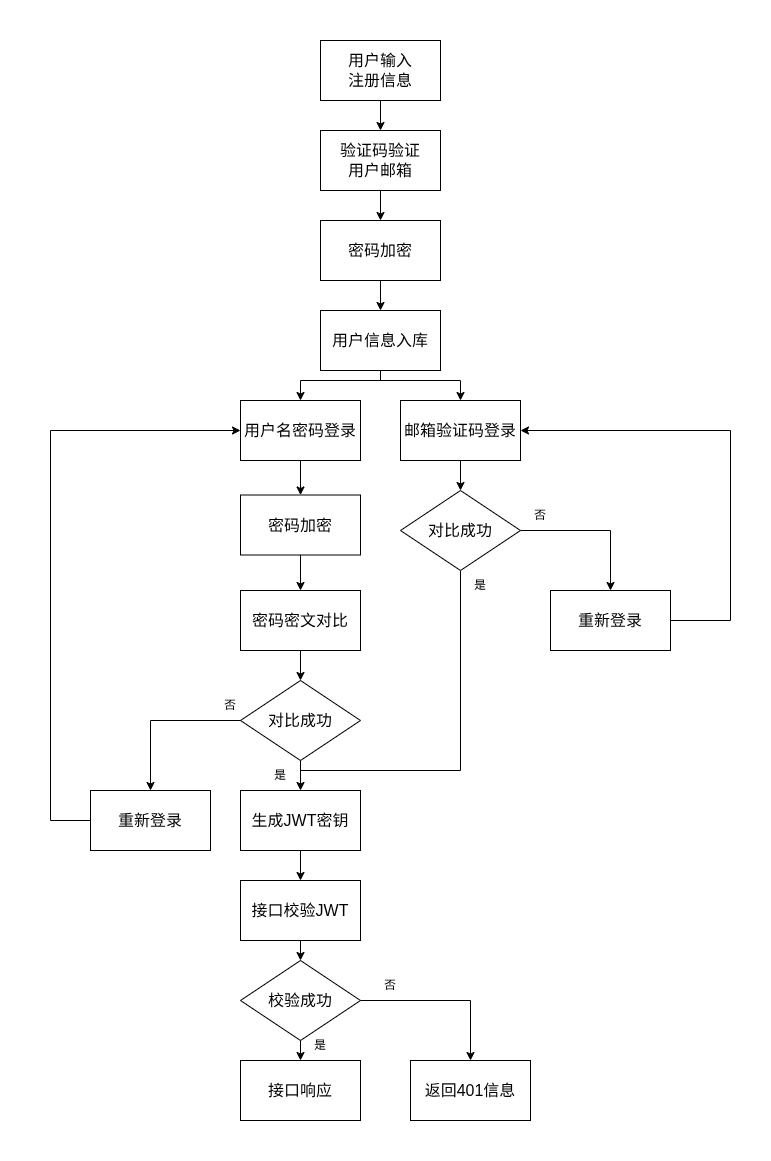
Above: static/pic/flowchart/login.drawio.png in hongch666/mix-web-demo (draw.io), before the change. Source tidied: cells renumbered, new cells last; positions are measured from the earlier drawing's top-left corner, leaving out a move shared by most shapes.
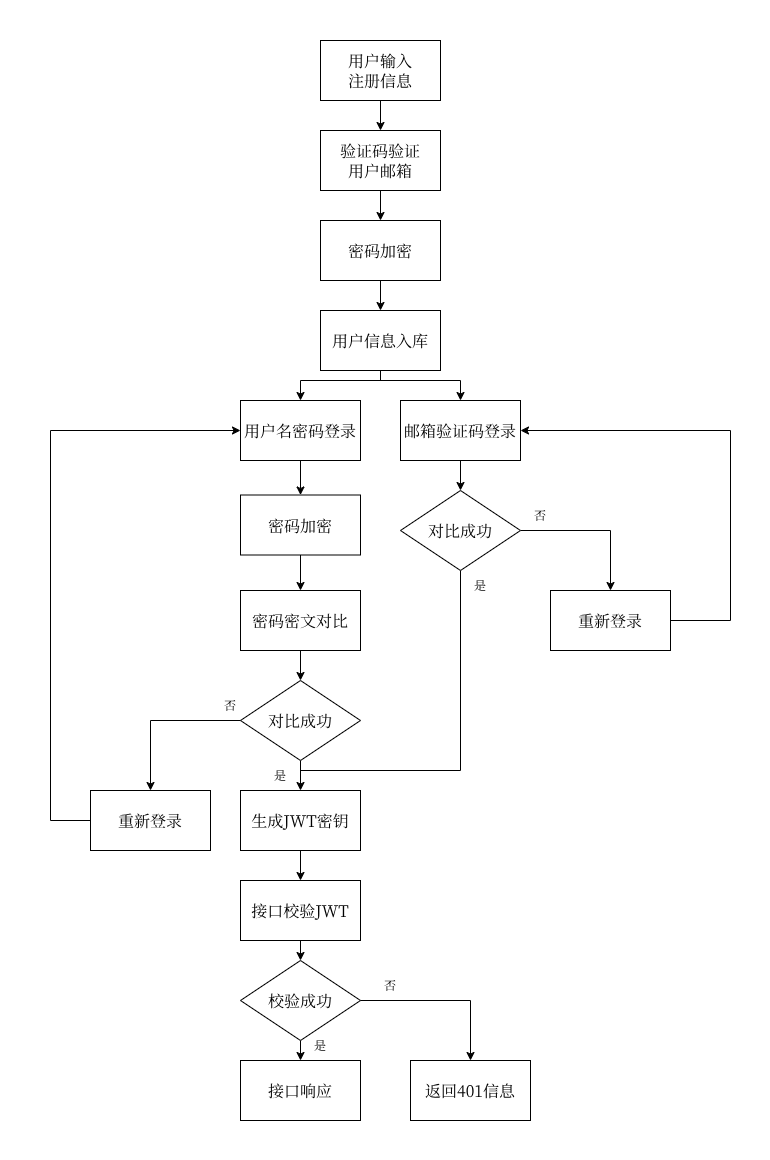
Above is the later version.

Change to the diagram source:
```diff
@@ -4,78 +4,78 @@
     <mxCell id="1" parent="0" />
-    <mxCell id="2" style="edgeStyle=none;html=1;exitX=0.5;exitY=1;exitDx=0;exitDy=0;entryX=0.5;entryY=0;entryDx=0;entryDy=0;fontSize=16;" parent="1" edge="1" source="3" target="12">
+    <mxCell id="2" style="edgeStyle=none;html=1;exitX=0.5;exitY=1;exitDx=0;exitDy=0;entryX=0.5;entryY=0;entryDx=0;entryDy=0;fontSize=16;fontFamily=宋体;" parent="1" edge="1" source="3" target="12">
       <mxGeometry relative="1" as="geometry" />
     </mxCell>
-    <mxCell id="3" value="用户输入&lt;br&gt;注册信息" style="rounded=0;whiteSpace=wrap;html=1;fontSize=16;" parent="1" vertex="1">
+    <mxCell id="3" value="用户输入&lt;br&gt;注册信息" style="rounded=0;whiteSpace=wrap;html=1;fontSize=16;fontFamily=宋体;" parent="1" vertex="1">
       <mxGeometry x="320" y="40" width="120" height="60" as="geometry" />
     </mxCell>
-    <mxCell id="4" style="edgeStyle=none;html=1;exitX=0.5;exitY=1;exitDx=0;exitDy=0;entryX=0.5;entryY=0;entryDx=0;entryDy=0;fontSize=16;" parent="1" edge="1" source="5" target="6">
+    <mxCell id="4" style="edgeStyle=none;html=1;exitX=0.5;exitY=1;exitDx=0;exitDy=0;entryX=0.5;entryY=0;entryDx=0;entryDy=0;fontSize=16;fontFamily=宋体;" parent="1" edge="1" source="5" target="6">
       <mxGeometry relative="1" as="geometry" />
     </mxCell>
-    <mxCell id="5" value="密码加密" style="rounded=0;whiteSpace=wrap;html=1;fontSize=16;" parent="1" vertex="1">
+    <mxCell id="5" value="密码加密" style="rounded=0;whiteSpace=wrap;html=1;fontSize=16;fontFamily=宋体;" parent="1" vertex="1">
       <mxGeometry x="320" y="220" width="120" height="60" as="geometry" />
     </mxCell>
-    <mxCell id="6" value="用户信息入库" style="rounded=0;whiteSpace=wrap;html=1;fontSize=16;" parent="1" vertex="1">
+    <mxCell id="6" value="用户信息入库" style="rounded=0;whiteSpace=wrap;html=1;fontSize=16;fontFamily=宋体;" parent="1" vertex="1">
       <mxGeometry x="320" y="310" width="120" height="60" as="geometry" />
     </mxCell>
-    <mxCell id="7" style="edgeStyle=none;html=1;exitX=0.5;exitY=1;exitDx=0;exitDy=0;entryX=0.5;entryY=0;entryDx=0;entryDy=0;fontSize=16;" parent="1" edge="1" source="8" target="14">
+    <mxCell id="7" style="edgeStyle=none;html=1;exitX=0.5;exitY=1;exitDx=0;exitDy=0;entryX=0.5;entryY=0;entryDx=0;entryDy=0;fontSize=16;fontFamily=宋体;" parent="1" edge="1" source="8" target="14">
       <mxGeometry relative="1" as="geometry" />
     </mxCell>
-    <mxCell id="8" value="用户名密码登录" style="rounded=0;whiteSpace=wrap;html=1;fontSize=16;" parent="1" vertex="1">
+    <mxCell id="8" value="用户名密码登录" style="rounded=0;whiteSpace=wrap;html=1;fontSize=16;fontFamily=宋体;" parent="1" vertex="1">
       <mxGeometry x="240" y="400" width="120" height="60" as="geometry" />
     </mxCell>
-    <mxCell id="9" style="edgeStyle=none;html=1;exitX=0.5;exitY=1;exitDx=0;exitDy=0;entryX=0.5;entryY=0;entryDx=0;entryDy=0;fontSize=16;" parent="1" edge="1" source="10" target="43">
+    <mxCell id="9" style="edgeStyle=none;html=1;exitX=0.5;exitY=1;exitDx=0;exitDy=0;entryX=0.5;entryY=0;entryDx=0;entryDy=0;fontSize=16;fontFamily=宋体;" parent="1" edge="1" source="10" target="43">
       <mxGeometry relative="1" as="geometry" />
     </mxCell>
-    <mxCell id="10" value="邮箱验证码登录" style="rounded=0;whiteSpace=wrap;html=1;fontSize=16;" parent="1" vertex="1">
+    <mxCell id="10" value="邮箱验证码登录" style="rounded=0;whiteSpace=wrap;html=1;fontSize=16;fontFamily=宋体;" parent="1" vertex="1">
       <mxGeometry x="400" y="400" width="120" height="60" as="geometry" />
     </mxCell>
-    <mxCell id="11" style="edgeStyle=none;html=1;exitX=0.5;exitY=1;exitDx=0;exitDy=0;entryX=0.5;entryY=0;entryDx=0;entryDy=0;fontSize=16;" parent="1" edge="1" source="12" target="5">
+    <mxCell id="11" style="edgeStyle=none;html=1;exitX=0.5;exitY=1;exitDx=0;exitDy=0;entryX=0.5;entryY=0;entryDx=0;entryDy=0;fontSize=16;fontFamily=宋体;" parent="1" edge="1" source="12" target="5">
       <mxGeometry relative="1" as="geometry" />
     </mxCell>
-    <mxCell id="12" value="验证码验证&lt;br&gt;用户邮箱" style="rounded=0;whiteSpace=wrap;html=1;fontSize=16;" parent="1" vertex="1">
+    <mxCell id="12" value="验证码验证&lt;br&gt;用户邮箱" style="rounded=0;whiteSpace=wrap;html=1;fontSize=16;fontFamily=宋体;" parent="1" vertex="1">
       <mxGeometry x="320" y="130" width="120" height="60" as="geometry" />
     </mxCell>
-    <mxCell id="13" style="edgeStyle=none;html=1;exitX=0.5;exitY=1;exitDx=0;exitDy=0;entryX=0.5;entryY=0;entryDx=0;entryDy=0;fontSize=16;" parent="1" edge="1" source="14" target="16">
+    <mxCell id="13" style="edgeStyle=none;html=1;exitX=0.5;exitY=1;exitDx=0;exitDy=0;entryX=0.5;entryY=0;entryDx=0;entryDy=0;fontSize=16;fontFamily=宋体;" parent="1" edge="1" source="14" target="16">
       <mxGeometry relative="1" as="geometry" />
     </mxCell>
-    <mxCell id="14" value="密码加密" style="rounded=0;whiteSpace=wrap;html=1;fontSize=16;" parent="1" vertex="1">
+    <mxCell id="14" value="密码加密" style="rounded=0;whiteSpace=wrap;html=1;fontSize=16;fontFamily=宋体;" parent="1" vertex="1">
       <mxGeometry x="240" y="494.5" width="120" height="60" as="geometry" />
     </mxCell>
-    <mxCell id="15" style="edgeStyle=none;html=1;exitX=0.5;exitY=1;exitDx=0;exitDy=0;entryX=0.5;entryY=0;entryDx=0;entryDy=0;fontSize=16;" parent="1" edge="1" source="16" target="18">
+    <mxCell id="15" style="edgeStyle=none;html=1;exitX=0.5;exitY=1;exitDx=0;exitDy=0;entryX=0.5;entryY=0;entryDx=0;entryDy=0;fontSize=16;fontFamily=宋体;" parent="1" edge="1" source="16" target="18">
       <mxGeometry relative="1" as="geometry" />
     </mxCell>
-    <mxCell id="16" value="密码密文对比" style="rounded=0;whiteSpace=wrap;html=1;fontSize=16;" parent="1" vertex="1">
+    <mxCell id="16" value="密码密文对比" style="rounded=0;whiteSpace=wrap;html=1;fontSize=16;fontFamily=宋体;" parent="1" vertex="1">
       <mxGeometry x="240" y="590" width="120" height="60" as="geometry" />
     </mxCell>
-    <mxCell id="17" style="edgeStyle=none;html=1;exitX=0.5;exitY=1;exitDx=0;exitDy=0;entryX=0.5;entryY=0;entryDx=0;entryDy=0;fontSize=16;" parent="1" edge="1" source="18" target="20">
+    <mxCell id="17" style="edgeStyle=none;html=1;exitX=0.5;exitY=1;exitDx=0;exitDy=0;entryX=0.5;entryY=0;entryDx=0;entryDy=0;fontSize=16;fontFamily=宋体;" parent="1" edge="1" source="18" target="20">
       <mxGeometry relative="1" as="geometry" />
     </mxCell>
-    <mxCell id="18" value="对比成功" style="rhombus;whiteSpace=wrap;html=1;fontSize=16;" parent="1" vertex="1">
+    <mxCell id="18" value="对比成功" style="rhombus;whiteSpace=wrap;html=1;fontSize=16;fontFamily=宋体;" parent="1" vertex="1">
       <mxGeometry x="240" y="680" width="120" height="80" as="geometry" />
     </mxCell>
-    <mxCell id="19" style="edgeStyle=none;html=1;exitX=0.5;exitY=1;exitDx=0;exitDy=0;entryX=0.5;entryY=0;entryDx=0;entryDy=0;fontSize=16;" parent="1" edge="1" source="20" target="22">
+    <mxCell id="19" style="edgeStyle=none;html=1;exitX=0.5;exitY=1;exitDx=0;exitDy=0;entryX=0.5;entryY=0;entryDx=0;entryDy=0;fontSize=16;fontFamily=宋体;" parent="1" edge="1" source="20" target="22">
       <mxGeometry relative="1" as="geometry" />
     </mxCell>
-    <mxCell id="20" value="生成JWT密钥" style="rounded=0;whiteSpace=wrap;html=1;fontSize=16;" parent="1" vertex="1">
+    <mxCell id="20" value="生成JWT密钥" style="rounded=0;whiteSpace=wrap;html=1;fontSize=16;fontFamily=宋体;" parent="1" vertex="1">
       <mxGeometry x="240" y="790" width="120" height="60" as="geometry" />
     </mxCell>
-    <mxCell id="21" style="edgeStyle=none;html=1;exitX=0.5;exitY=1;exitDx=0;exitDy=0;entryX=0.5;entryY=0;entryDx=0;entryDy=0;fontSize=16;" parent="1" edge="1" source="22" target="24">
+    <mxCell id="21" style="edgeStyle=none;html=1;exitX=0.5;exitY=1;exitDx=0;exitDy=0;entryX=0.5;entryY=0;entryDx=0;entryDy=0;fontSize=16;fontFamily=宋体;" parent="1" edge="1" source="22" target="24">
       <mxGeometry relative="1" as="geometry" />
     </mxCell>
-    <mxCell id="22" value="接口校验JWT" style="rounded=0;whiteSpace=wrap;html=1;fontSize=16;" parent="1" vertex="1">
+    <mxCell id="22" value="接口校验JWT" style="rounded=0;whiteSpace=wrap;html=1;fontSize=16;fontFamily=宋体;" parent="1" vertex="1">
       <mxGeometry x="240" y="880" width="120" height="60" as="geometry" />
     </mxCell>
-    <mxCell id="23" style="edgeStyle=none;html=1;exitX=0.5;exitY=1;exitDx=0;exitDy=0;entryX=0.5;entryY=0;entryDx=0;entryDy=0;fontSize=16;" parent="1" edge="1" source="24" target="25">
+    <mxCell id="23" style="edgeStyle=none;html=1;exitX=0.5;exitY=1;exitDx=0;exitDy=0;entryX=0.5;entryY=0;entryDx=0;entryDy=0;fontSize=16;fontFamily=宋体;" parent="1" edge="1" source="24" target="25">
       <mxGeometry relative="1" as="geometry" />
     </mxCell>
-    <mxCell id="24" value="校验成功" style="rhombus;whiteSpace=wrap;html=1;fontSize=16;" parent="1" vertex="1">
+    <mxCell id="24" value="校验成功" style="rhombus;whiteSpace=wrap;html=1;fontSize=16;fontFamily=宋体;" parent="1" vertex="1">
       <mxGeometry x="240" y="960" width="120" height="80" as="geometry" />
     </mxCell>
-    <mxCell id="25" value="接口响应" style="rounded=0;whiteSpace=wrap;html=1;fontSize=16;" parent="1" vertex="1">
+    <mxCell id="25" value="接口响应" style="rounded=0;whiteSpace=wrap;html=1;fontSize=16;fontFamily=宋体;" parent="1" vertex="1">
       <mxGeometry x="240" y="1060" width="120" height="60" as="geometry" />
     </mxCell>
-    <mxCell id="26" value="返回401信息" style="rounded=0;whiteSpace=wrap;html=1;fontSize=16;" parent="1" vertex="1">
+    <mxCell id="26" value="返回401信息" style="rounded=0;whiteSpace=wrap;html=1;fontSize=16;fontFamily=宋体;" parent="1" vertex="1">
       <mxGeometry x="410" y="1060" width="120" height="60" as="geometry" />
     </mxCell>
-    <mxCell id="27" style="endArrow=none;html=1;fontSize=16;" parent="1" edge="1">
+    <mxCell id="27" style="endArrow=none;html=1;fontSize=16;fontFamily=宋体;" parent="1" edge="1">
       <mxGeometry relative="1" as="geometry">
@@ -85,3 +85,3 @@
     </mxCell>
-    <mxCell id="28" style="endArrow=none;html=1;fontSize=16;" parent="1" edge="1">
+    <mxCell id="28" style="endArrow=none;html=1;fontSize=16;fontFamily=宋体;" parent="1" edge="1">
       <mxGeometry relative="1" as="geometry">
@@ -91,3 +91,3 @@
     </mxCell>
-    <mxCell id="29" style="endArrow=classic;html=1;fontSize=16;entryX=0.5;entryY=0;entryDx=0;entryDy=0;" parent="1" edge="1" target="8">
+    <mxCell id="29" style="endArrow=classic;html=1;fontSize=16;entryX=0.5;entryY=0;entryDx=0;entryDy=0;fontFamily=宋体;" parent="1" edge="1" target="8">
       <mxGeometry relative="1" as="geometry">
@@ -96,3 +96,3 @@
     </mxCell>
-    <mxCell id="30" style="endArrow=classic;html=1;fontSize=16;entryX=0.5;entryY=0;entryDx=0;entryDy=0;" parent="1" edge="1" target="10">
+    <mxCell id="30" style="endArrow=classic;html=1;fontSize=16;entryX=0.5;entryY=0;entryDx=0;entryDy=0;fontFamily=宋体;" parent="1" edge="1" target="10">
       <mxGeometry relative="1" as="geometry">
@@ -101,3 +101,3 @@
     </mxCell>
-    <mxCell id="31" style="endArrow=none;html=1;fontSize=16;" parent="1" edge="1">
+    <mxCell id="31" style="endArrow=none;html=1;fontSize=16;fontFamily=宋体;" parent="1" edge="1">
       <mxGeometry relative="1" as="geometry">
@@ -107,3 +107,3 @@
     </mxCell>
-    <mxCell id="32" style="endArrow=classic;html=1;fontSize=16;entryX=0.5;entryY=0;entryDx=0;entryDy=0;" parent="1" edge="1" target="26">
+    <mxCell id="32" style="endArrow=classic;html=1;fontSize=16;entryX=0.5;entryY=0;entryDx=0;entryDy=0;fontFamily=宋体;" parent="1" edge="1" target="26">
       <mxGeometry relative="1" as="geometry">
@@ -112,3 +112,3 @@
     </mxCell>
-    <mxCell id="33" style="endArrow=none;html=1;fontSize=16;entryX=0.5;entryY=1;entryDx=0;entryDy=0;" parent="1" edge="1">
+    <mxCell id="33" style="endArrow=none;html=1;fontSize=16;entryX=0.5;entryY=1;entryDx=0;entryDy=0;fontFamily=宋体;" parent="1" edge="1">
       <mxGeometry relative="1" as="geometry">
@@ -118,3 +118,3 @@
     </mxCell>
-    <mxCell id="34" style="endArrow=none;html=1;fontSize=16;" parent="1" edge="1">
+    <mxCell id="34" style="endArrow=none;html=1;fontSize=16;fontFamily=宋体;" parent="1" edge="1">
       <mxGeometry relative="1" as="geometry">
@@ -124,6 +124,6 @@
     </mxCell>
-    <mxCell id="35" value="重新登录" style="rounded=0;whiteSpace=wrap;html=1;fontSize=16;" parent="1" vertex="1">
+    <mxCell id="35" value="重新登录" style="rounded=0;whiteSpace=wrap;html=1;fontSize=16;fontFamily=宋体;" parent="1" vertex="1">
       <mxGeometry x="90" y="790" width="120" height="60" as="geometry" />
     </mxCell>
-    <mxCell id="36" style="endArrow=none;html=1;fontSize=16;" parent="1" edge="1">
+    <mxCell id="36" style="endArrow=none;html=1;fontSize=16;fontFamily=宋体;" parent="1" edge="1">
       <mxGeometry relative="1" as="geometry">
@@ -133,3 +133,3 @@
     </mxCell>
-    <mxCell id="37" style="endArrow=classic;html=1;fontSize=16;" parent="1" edge="1" target="35">
+    <mxCell id="37" style="endArrow=classic;html=1;fontSize=16;fontFamily=宋体;" parent="1" edge="1" target="35">
       <mxGeometry relative="1" as="geometry">
@@ -138,3 +138,3 @@
     </mxCell>
-    <mxCell id="38" style="endArrow=none;html=1;fontSize=16;" parent="1" edge="1">
+    <mxCell id="38" style="endArrow=none;html=1;fontSize=16;fontFamily=宋体;" parent="1" edge="1">
       <mxGeometry relative="1" as="geometry">
@@ -144,3 +144,3 @@
     </mxCell>
-    <mxCell id="39" style="endArrow=none;html=1;fontSize=16;" parent="1" edge="1">
+    <mxCell id="39" style="endArrow=none;html=1;fontSize=16;fontFamily=宋体;" parent="1" edge="1">
       <mxGeometry relative="1" as="geometry">
@@ -150,3 +150,3 @@
     </mxCell>
-    <mxCell id="40" style="endArrow=classic;html=1;fontSize=16;entryX=0;entryY=0.5;entryDx=0;entryDy=0;" parent="1" edge="1" target="8">
+    <mxCell id="40" style="endArrow=classic;html=1;fontSize=16;entryX=0;entryY=0.5;entryDx=0;entryDy=0;fontFamily=宋体;" parent="1" edge="1" target="8">
       <mxGeometry relative="1" as="geometry">
@@ -155,6 +155,6 @@
     </mxCell>
-    <mxCell id="41" value="重新登录" style="rounded=0;whiteSpace=wrap;html=1;fontSize=16;" parent="1" vertex="1">
+    <mxCell id="41" value="重新登录" style="rounded=0;whiteSpace=wrap;html=1;fontSize=16;fontFamily=宋体;" parent="1" vertex="1">
       <mxGeometry x="550" y="590" width="120" height="60" as="geometry" />
     </mxCell>
-    <mxCell id="42" style="endArrow=none;html=1;fontSize=16;" parent="1" edge="1">
+    <mxCell id="42" style="endArrow=none;html=1;fontSize=16;fontFamily=宋体;" parent="1" edge="1">
       <mxGeometry relative="1" as="geometry">
@@ -164,6 +164,6 @@
     </mxCell>
-    <mxCell id="43" value="对比成功" style="rhombus;whiteSpace=wrap;html=1;fontSize=16;" parent="1" vertex="1">
+    <mxCell id="43" value="对比成功" style="rhombus;whiteSpace=wrap;html=1;fontSize=16;fontFamily=宋体;" parent="1" vertex="1">
       <mxGeometry x="400" y="490" width="120" height="80" as="geometry" />
     </mxCell>
-    <mxCell id="44" style="endArrow=classic;html=1;fontSize=16;entryX=0.5;entryY=0;entryDx=0;entryDy=0;" parent="1" edge="1" target="41">
+    <mxCell id="44" style="endArrow=classic;html=1;fontSize=16;entryX=0.5;entryY=0;entryDx=0;entryDy=0;fontFamily=宋体;" parent="1" edge="1" target="41">
       <mxGeometry relative="1" as="geometry">
@@ -172,3 +172,3 @@
     </mxCell>
-    <mxCell id="45" style="endArrow=none;html=1;fontSize=16;" parent="1" edge="1">
+    <mxCell id="45" style="endArrow=none;html=1;fontSize=16;fontFamily=宋体;" parent="1" edge="1">
       <mxGeometry relative="1" as="geometry">
@@ -178,3 +178,3 @@
     </mxCell>
-    <mxCell id="46" style="endArrow=none;html=1;fontSize=16;" parent="1" edge="1">
+    <mxCell id="46" style="endArrow=none;html=1;fontSize=16;fontFamily=宋体;" parent="1" edge="1">
       <mxGeometry relative="1" as="geometry">
@@ -184,3 +184,3 @@
     </mxCell>
-    <mxCell id="47" style="endArrow=classic;html=1;fontSize=16;entryX=1;entryY=0.5;entryDx=0;entryDy=0;" parent="1" edge="1" target="10">
+    <mxCell id="47" style="endArrow=classic;html=1;fontSize=16;entryX=1;entryY=0.5;entryDx=0;entryDy=0;fontFamily=宋体;" parent="1" edge="1" target="10">
       <mxGeometry relative="1" as="geometry">
@@ -189,30 +189,30 @@
     </mxCell>
-    <mxCell id="48" style="rounded=0;whiteSpace=wrap;html=1;textOpacity=0;labelBorderColor=light-dark(#000000,#FFFFFF);fontColor=none;noLabel=1;strokeColor=none;" parent="1" vertex="1">
+    <mxCell id="48" style="rounded=0;whiteSpace=wrap;html=1;textOpacity=0;labelBorderColor=light-dark(#000000,#FFFFFF);fontColor=none;noLabel=1;strokeColor=none;fontFamily=宋体;" parent="1" vertex="1">
       <mxGeometry x="375" width="10" height="30" as="geometry" />
     </mxCell>
-    <mxCell id="49" style="rounded=0;whiteSpace=wrap;html=1;textOpacity=0;labelBorderColor=light-dark(#000000,#FFFFFF);fontColor=none;noLabel=1;strokeColor=none;" parent="1" vertex="1">
+    <mxCell id="49" style="rounded=0;whiteSpace=wrap;html=1;textOpacity=0;labelBorderColor=light-dark(#000000,#FFFFFF);fontColor=none;noLabel=1;strokeColor=none;fontFamily=宋体;" parent="1" vertex="1">
       <mxGeometry x="760" y="490" width="10" height="30" as="geometry" />
     </mxCell>
-    <mxCell id="50" style="rounded=0;whiteSpace=wrap;html=1;textOpacity=0;labelBorderColor=light-dark(#000000,#FFFFFF);fontColor=none;noLabel=1;strokeColor=none;" parent="1" vertex="1">
+    <mxCell id="50" style="rounded=0;whiteSpace=wrap;html=1;textOpacity=0;labelBorderColor=light-dark(#000000,#FFFFFF);fontColor=none;noLabel=1;strokeColor=none;fontFamily=宋体;" parent="1" vertex="1">
       <mxGeometry x="330" y="1130" width="10" height="30" as="geometry" />
     </mxCell>
-    <mxCell id="51" style="rounded=0;whiteSpace=wrap;html=1;textOpacity=0;labelBorderColor=light-dark(#000000,#FFFFFF);fontColor=none;noLabel=1;strokeColor=none;" parent="1" vertex="1">
+    <mxCell id="51" style="rounded=0;whiteSpace=wrap;html=1;textOpacity=0;labelBorderColor=light-dark(#000000,#FFFFFF);fontColor=none;noLabel=1;strokeColor=none;fontFamily=宋体;" parent="1" vertex="1">
       <mxGeometry y="605" width="10" height="30" as="geometry" />
     </mxCell>
-    <mxCell id="52" value="是" style="text;html=1;strokeColor=none;fillColor=none;align=center;verticalAlign=middle;whiteSpace=wrap;rounded=0;" parent="1" vertex="1">
+    <mxCell id="52" value="是" style="text;html=1;strokeColor=none;fillColor=none;align=center;verticalAlign=middle;whiteSpace=wrap;rounded=0;fontFamily=宋体;" parent="1" vertex="1">
       <mxGeometry x="450" y="570" width="60" height="30" as="geometry" />
     </mxCell>
-    <mxCell id="53" value="否" style="text;html=1;strokeColor=none;fillColor=none;align=center;verticalAlign=middle;whiteSpace=wrap;rounded=0;" parent="1" vertex="1">
+    <mxCell id="53" value="否" style="text;html=1;strokeColor=none;fillColor=none;align=center;verticalAlign=middle;whiteSpace=wrap;rounded=0;fontFamily=宋体;" parent="1" vertex="1">
       <mxGeometry x="510" y="500" width="60" height="30" as="geometry" />
     </mxCell>
-    <mxCell id="54" value="是" style="text;html=1;strokeColor=none;fillColor=none;align=center;verticalAlign=middle;whiteSpace=wrap;rounded=0;" parent="1" vertex="1">
+    <mxCell id="54" value="是" style="text;html=1;strokeColor=none;fillColor=none;align=center;verticalAlign=middle;whiteSpace=wrap;rounded=0;fontFamily=宋体;" parent="1" vertex="1">
       <mxGeometry x="250" y="760" width="60" height="30" as="geometry" />
     </mxCell>
-    <mxCell id="55" value="否" style="text;html=1;strokeColor=none;fillColor=none;align=center;verticalAlign=middle;whiteSpace=wrap;rounded=0;" parent="1" vertex="1">
+    <mxCell id="55" value="否" style="text;html=1;strokeColor=none;fillColor=none;align=center;verticalAlign=middle;whiteSpace=wrap;rounded=0;fontFamily=宋体;" parent="1" vertex="1">
       <mxGeometry x="200" y="690" width="60" height="30" as="geometry" />
     </mxCell>
-    <mxCell id="56" value="是" style="text;html=1;strokeColor=none;fillColor=none;align=center;verticalAlign=middle;whiteSpace=wrap;rounded=0;" parent="1" vertex="1">
+    <mxCell id="56" value="是" style="text;html=1;strokeColor=none;fillColor=none;align=center;verticalAlign=middle;whiteSpace=wrap;rounded=0;fontFamily=宋体;" parent="1" vertex="1">
       <mxGeometry x="290" y="1030" width="60" height="30" as="geometry" />
     </mxCell>
-    <mxCell id="57" value="否" style="text;html=1;strokeColor=none;fillColor=none;align=center;verticalAlign=middle;whiteSpace=wrap;rounded=0;" parent="1" vertex="1">
+    <mxCell id="57" value="否" style="text;html=1;strokeColor=none;fillColor=none;align=center;verticalAlign=middle;whiteSpace=wrap;rounded=0;fontFamily=宋体;" parent="1" vertex="1">
       <mxGeometry x="360" y="970" width="60" height="30" as="geometry" />
```
